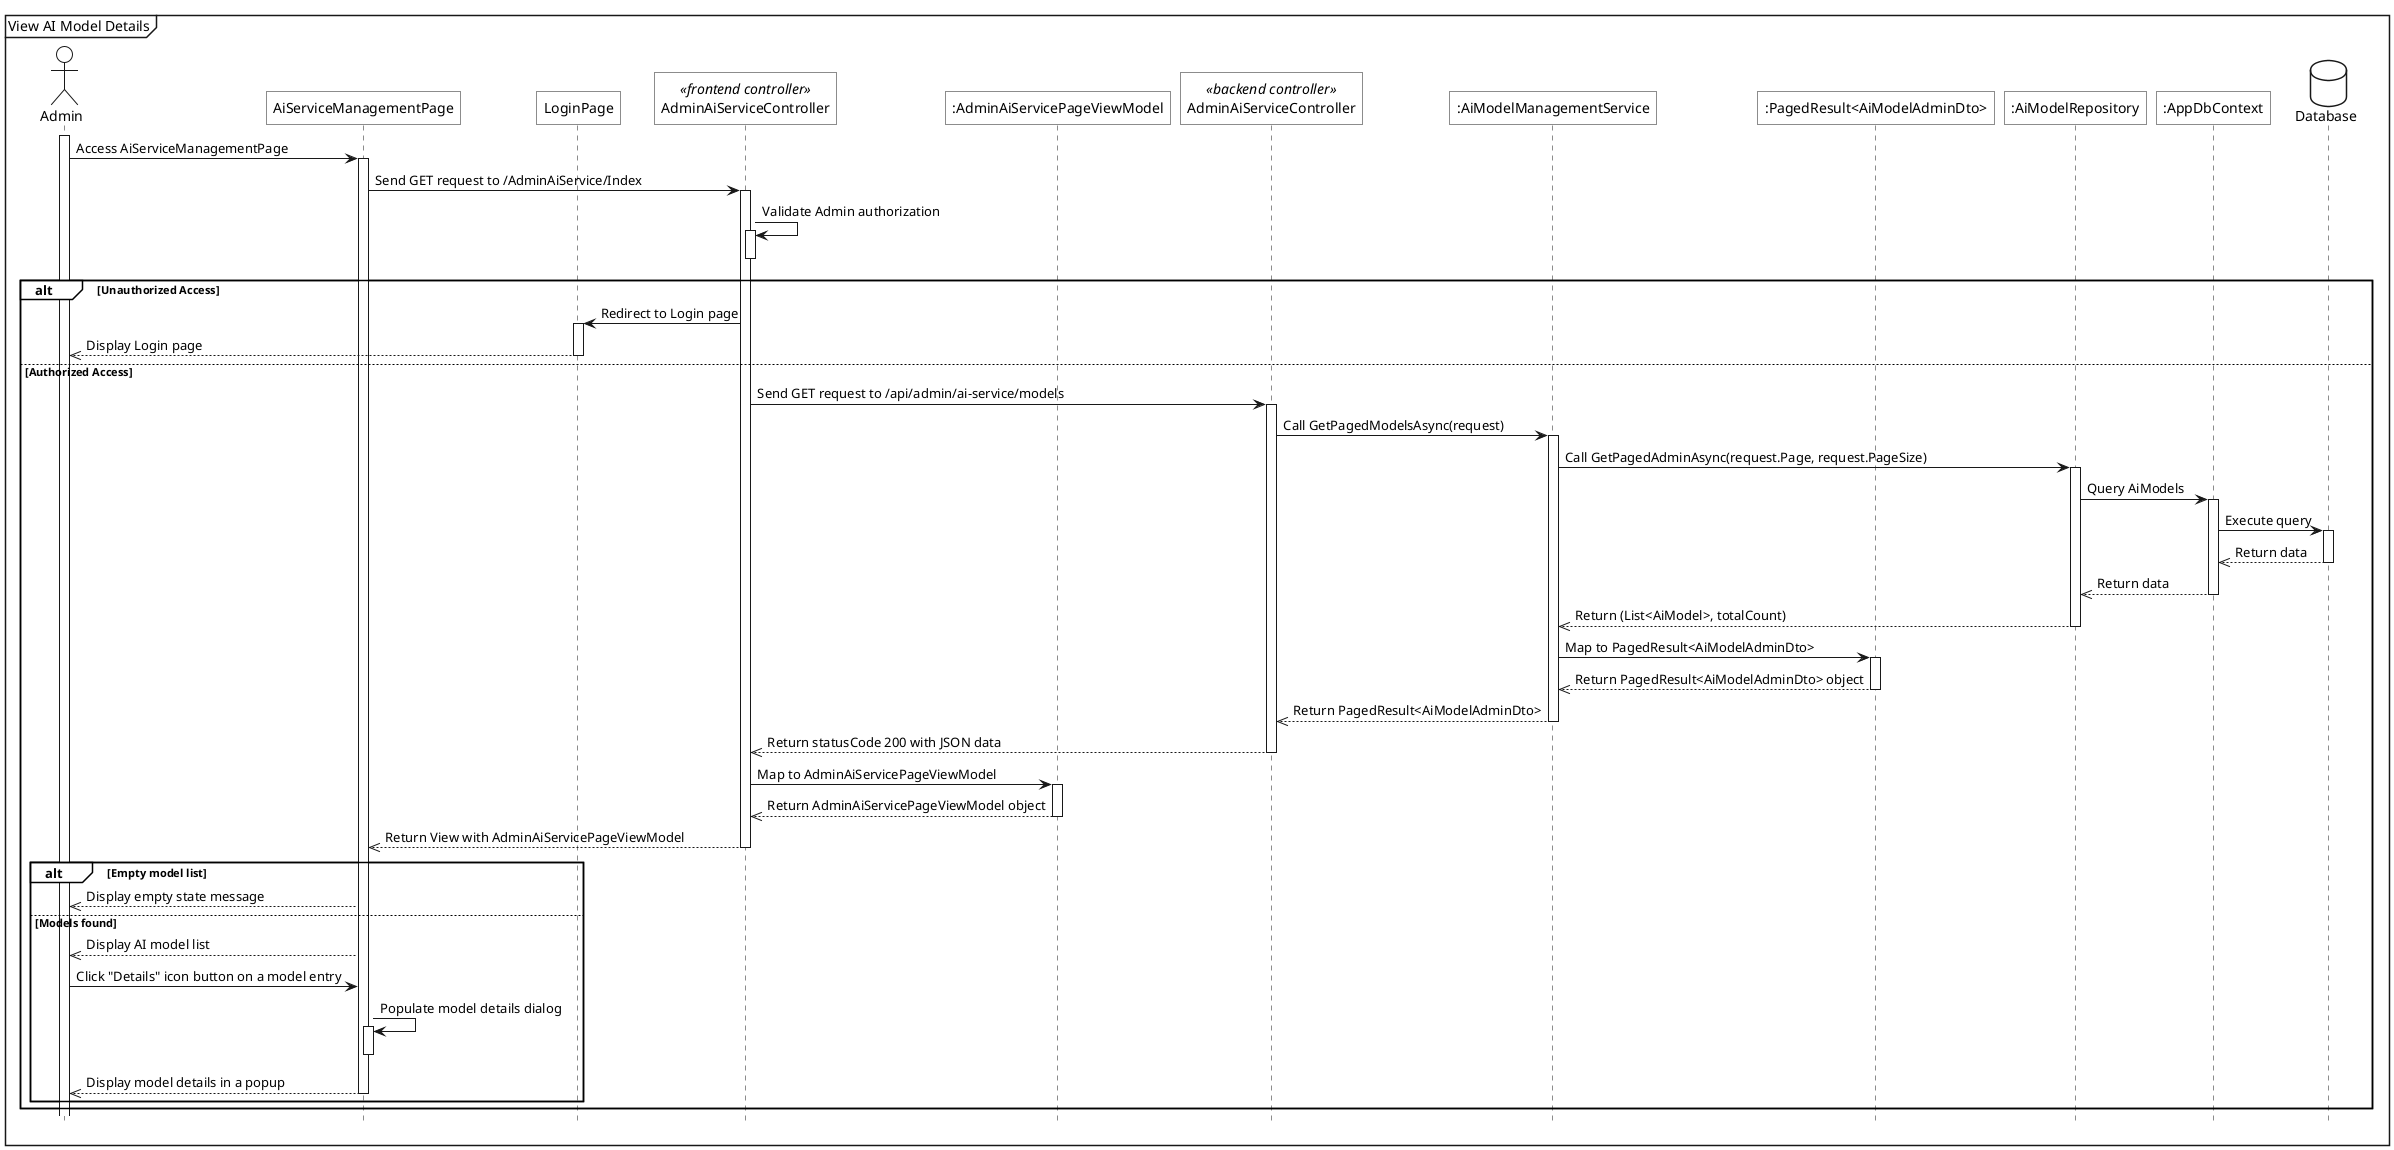
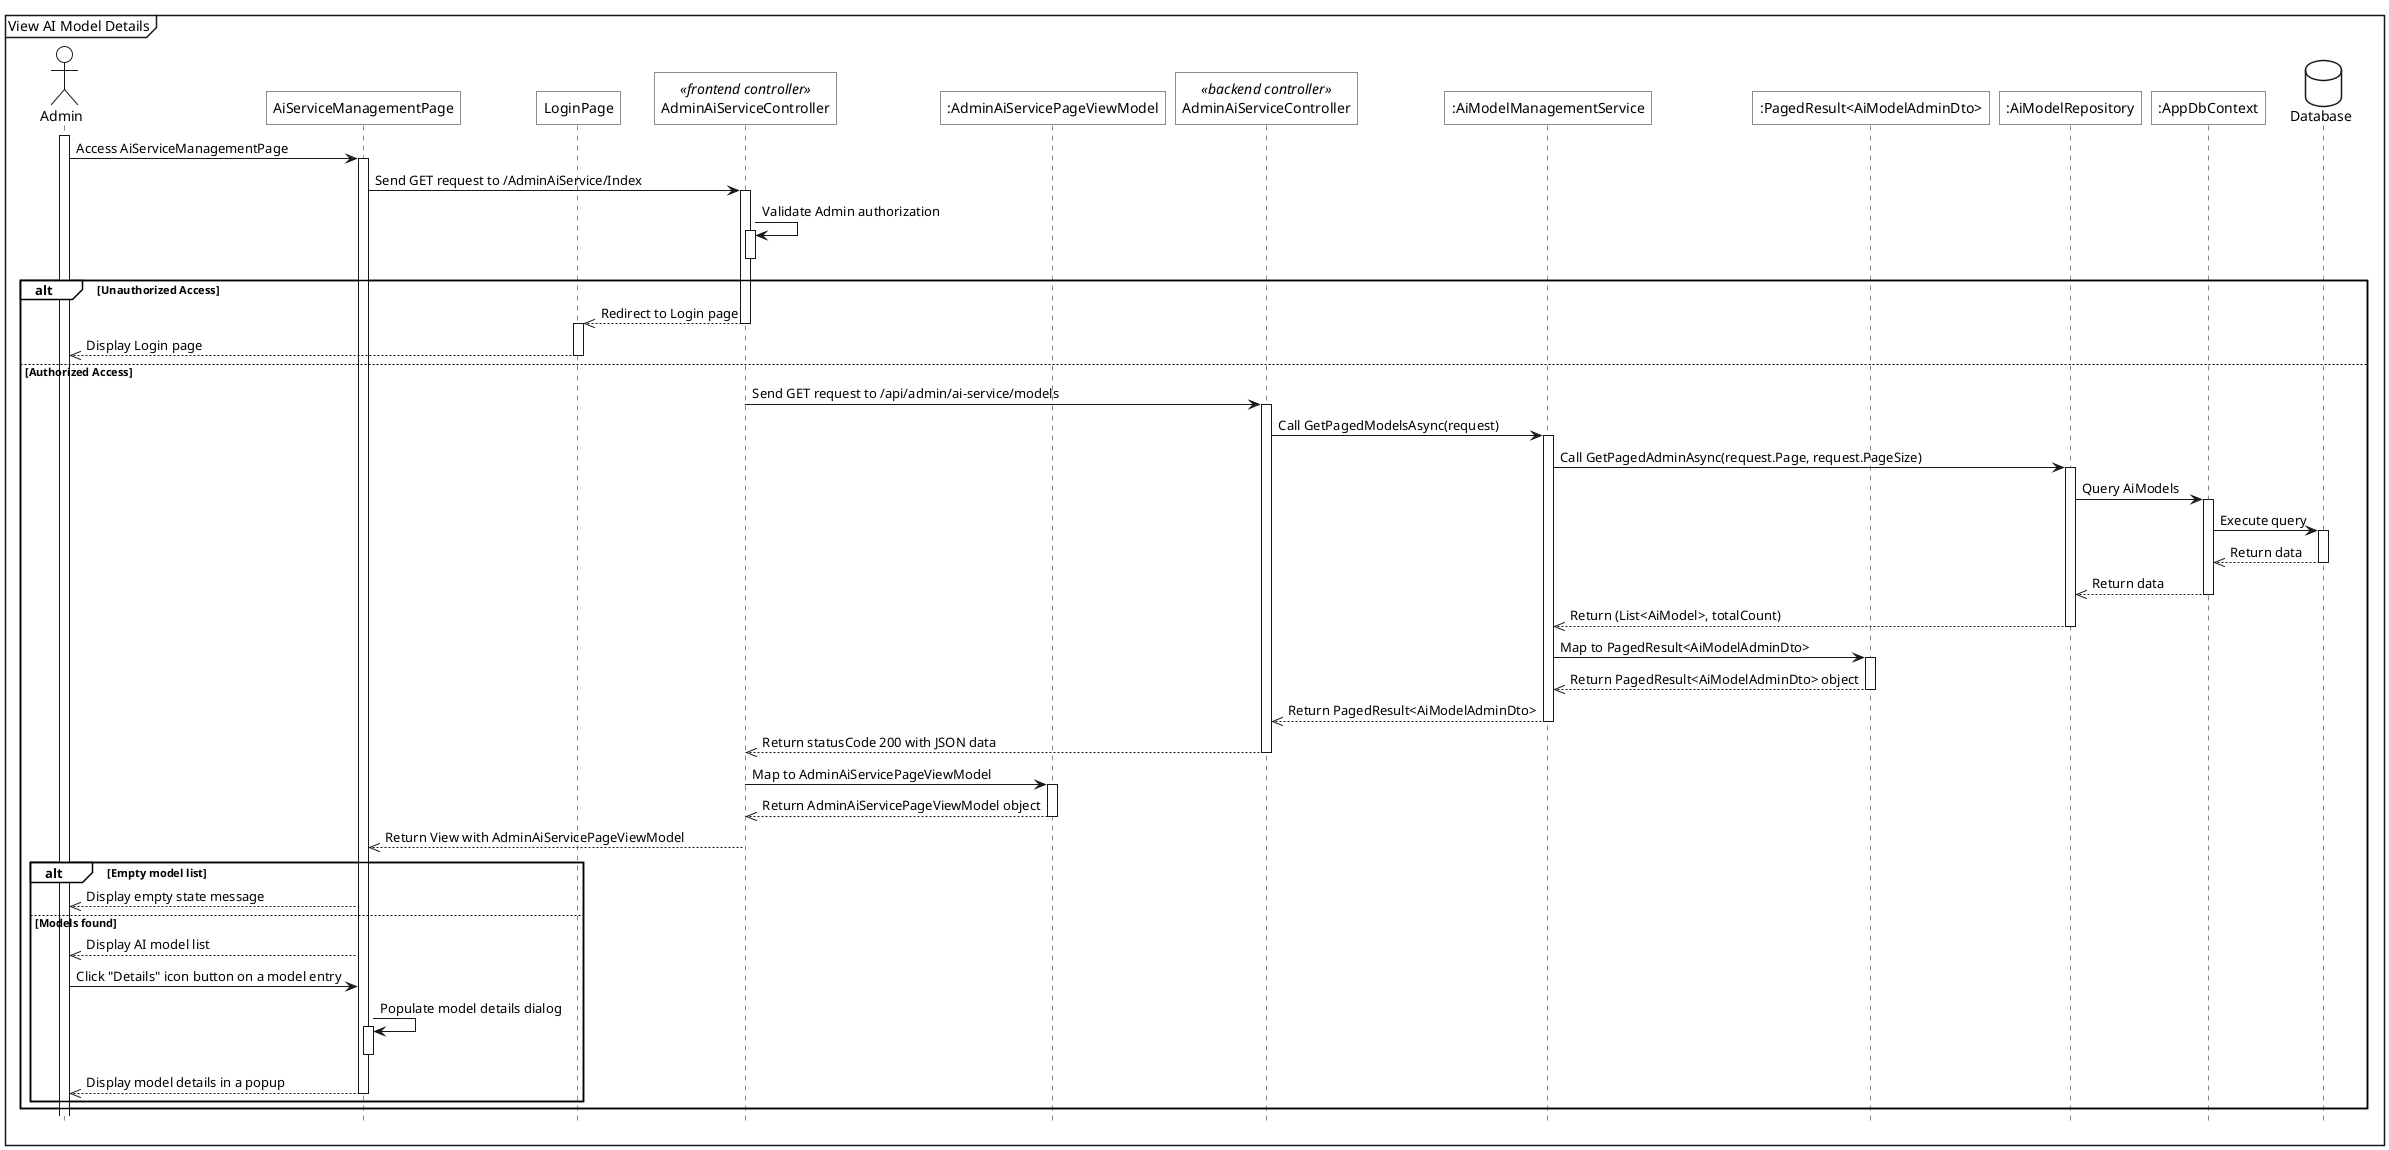
@startuml
<style>
    sequenceDiagram{
        actor{
            BackgroundColor white
            LineThickness 1.0
        }
        participant{
            BackgroundColor white
            RoundCorner 0
        }
        database{
            BackgroundColor white
        }
        groupHeader{
            BackgroundColor white
        }
        referenceHeader{
            BackgroundColor white
        }
        reference{
            BackgroundColor white
        }
    }
</style>

hide footbox
mainframe View AI Model Details

actor Admin as act
participant "AiServiceManagementPage" as view
participant "LoginPage" as login_view
participant "AdminAiServiceController" as fe_ctrl <<frontend controller>>
participant ":AdminAiServicePageViewModel" as view_model
participant "AdminAiServiceController" as be_ctrl <<backend controller>>
participant ":AiModelManagementService" as sv
participant ":PagedResult<AiModelAdminDto>" as res
participant ":AiModelRepository" as repo
participant ":AppDbContext" as ctx
database Database as db

act ++
act -> view++: Access AiServiceManagementPage
view -> fe_ctrl++: Send GET request to /AdminAiService/Index
fe_ctrl -> fe_ctrl++: Validate Admin authorization
fe_ctrl--

alt Unauthorized Access
-     fe_ctrl -> login_view++: Redirect to Login page
+     fe_ctrl -->> login_view--: Redirect to Login page
+     activate login_view
    login_view -->> act--: Display Login page
else Authorized Access
    fe_ctrl -> be_ctrl++: Send GET request to /api/admin/ai-service/models

    be_ctrl -> sv++: Call GetPagedModelsAsync(request)

    sv -> repo++: Call GetPagedAdminAsync(request.Page, request.PageSize)

    repo -> ctx++: Query AiModels
    ctx -> db++: Execute query
    db -->> ctx--: Return data
    ctx -->> repo--: Return data
    repo -->> sv--: Return (List<AiModel>, totalCount)

    sv -> res++: Map to PagedResult<AiModelAdminDto>
    res -->> sv--: Return PagedResult<AiModelAdminDto> object

    sv -->> be_ctrl--: Return PagedResult<AiModelAdminDto>
    be_ctrl -->> fe_ctrl--: Return statusCode 200 with JSON data

    fe_ctrl -> view_model++: Map to AdminAiServicePageViewModel
    view_model -->> fe_ctrl--: Return AdminAiServicePageViewModel object

    fe_ctrl -->> view: Return View with AdminAiServicePageViewModel
    deactivate fe_ctrl

    alt Empty model list
        view -->> act: Display empty state message
    else Models found
        view -->> act: Display AI model list

        act -> view: Click "Details" icon button on a model entry
        view -> view++: Populate model details dialog
        view--
        view -->> act--: Display model details in a popup
    end
end
@enduml
